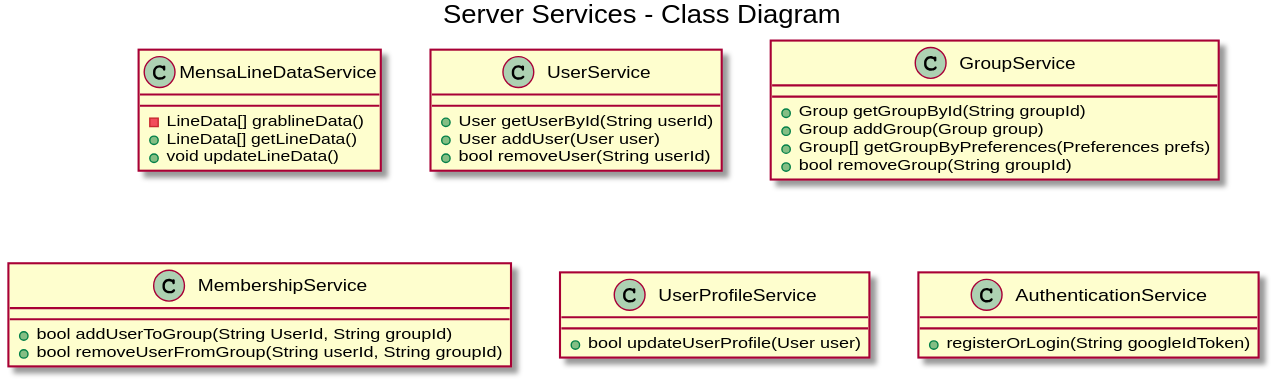
itzMatze/PSE-Team02 keeps this PlantUML diagram as 2 Entwurf/Klassendiagramme/serverControllerCD.svg. Above is the earlier version.
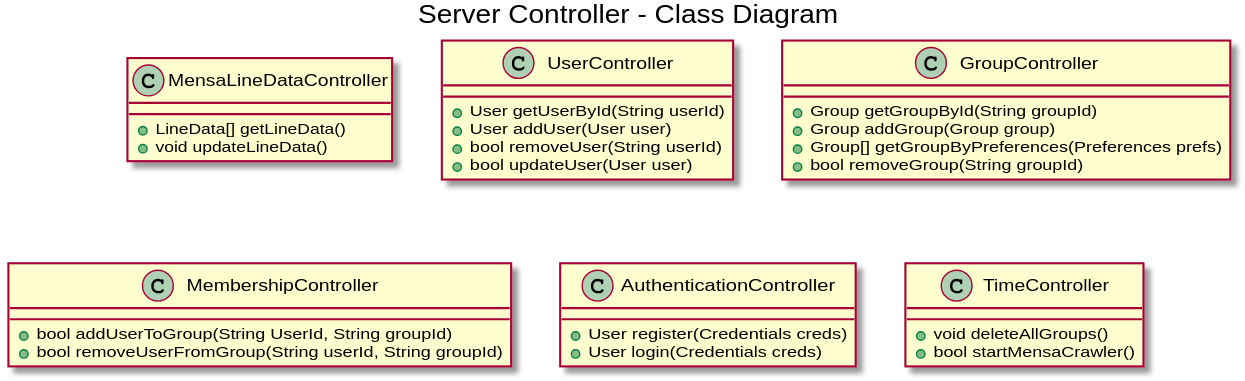
The same file after the commit.

Commit message:
changed controller to view and services to controller

Change to the diagram source:
```diff
@@ -1,35 +1,37 @@
 @startuml
-title Server Services - Class Diagram
+title Server Controller - Class Diagram
 
-class MensaLineDataService {
-  -LineData[] grablineData()
+class MensaLineDataController {
   +LineData[] getLineData()
   +void updateLineData()
 }
 
-class UserService {
+class UserController {
   +User getUserById(String userId)
   +User addUser(User user)
   +bool removeUser(String userId)
+  +bool updateUser(User user)
 }
 
-class GroupService {
+class GroupController {
   +Group getGroupById(String groupId)
   +Group addGroup(Group group)
   +Group[] getGroupByPreferences(Preferences prefs)
   +bool removeGroup(String groupId)
 }
 
-class MembershipService {
+class MembershipController {
   +bool addUserToGroup(String UserId, String groupId)
   +bool removeUserFromGroup(String userId, String groupId)
 }
 
-class UserProfileService {
-  +bool updateUserProfile(User user)
+class AuthenticationController {
+  +User register(Credentials creds)
+  +User login(Credentials creds)
 }
 
-class AuthenticationService {
-  +registerOrLogin(String googleIdToken)
+class TimeController {
+  +void deleteAllGroups()
+  +bool startMensaCrawler()
 }
 @enduml
```
